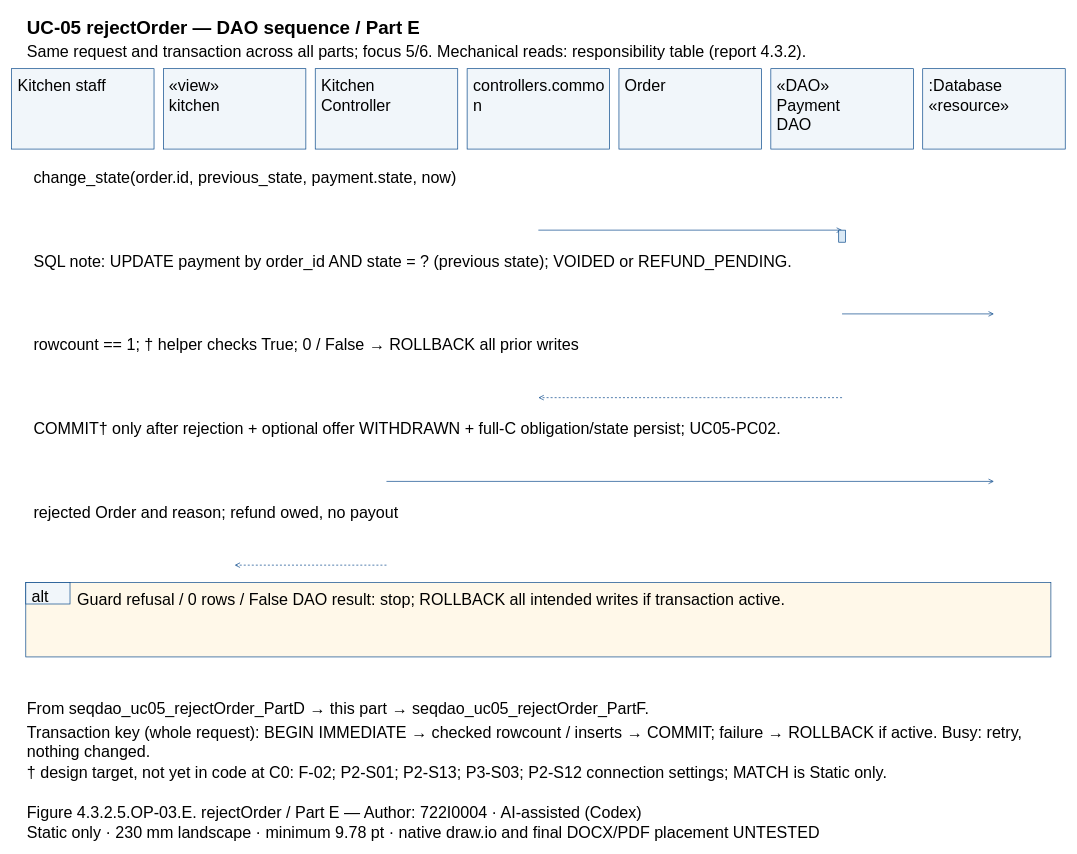
This is models/UC-05/seqdao_uc05_rejectOrder_PartE.drawio from Dat071104/SaigonBite, a draw.io file, before an edit. Source tidied: cells renumbered, new cells numbered last; positions are measured from the earlier drawing's top-left corner, leaving out a move shared by most shapes. Both pictures are drawn from the tidied source at 67%, with x=0, y=0 at pixel (11, 11).
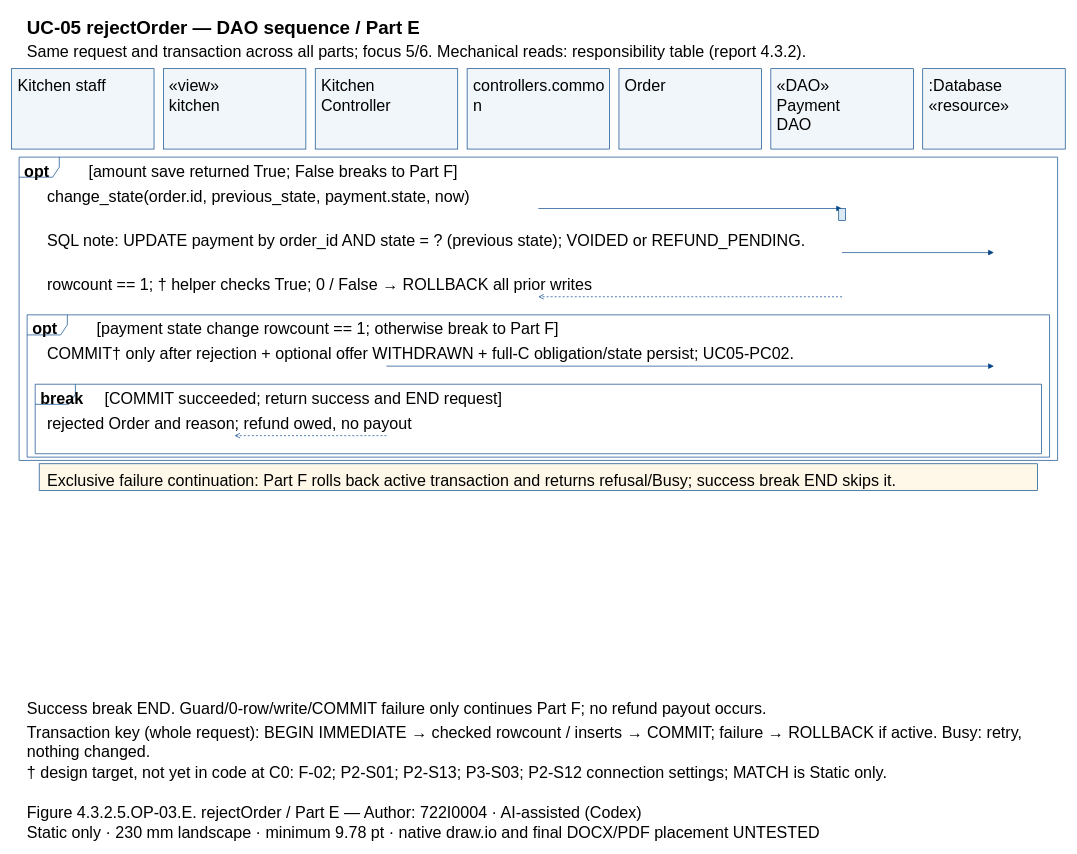
After the change.

The edit, as a diff of the source:
```diff
@@
+    <mxCell id="48" style="shape=umlFrame;fillColor=none;strokeColor=#004387;" parent="1" vertex="1">
+      <mxGeometry x="11" y="217" width="1550" height="452.7" as="geometry" />
+    </mxCell>
+    <mxCell id="49" style="shape=umlFrame;fillColor=none;strokeColor=#004387;" parent="1" vertex="1">
+      <mxGeometry x="23" y="452.4" width="1526" height="212.4" as="geometry" />
+    </mxCell>
+    <mxCell id="50" style="shape=umlFrame;fillColor=none;strokeColor=#004387;" parent="1" vertex="1">
+      <mxGeometry x="35" y="556" width="1502" height="103.7" as="geometry" />
+    </mxCell>
@@
-    <mxCell id="15" value="«DAO»&#10;Payment&#10;DAO" style="text;html=0;whiteSpace=wrap;align=left;verticalAlign=top;strokeColor=none;fillColor=none;fontFamily=Arial;fontSize=24;fontStyle=0;" parent="1" vertex="1">
-      <mxGeometry x="1140" y="90" width="198.7" height="83.5" as="geometry" />
-    </mxCell>
+    <mxCell id="18" value="«DAO»&#10;Payment&#10;DAO" style="text;html=0;whiteSpace=wrap;align=left;verticalAlign=top;strokeColor=none;fillColor=none;fontFamily=Arial;fontSize=24;fontStyle=0;" parent="1" vertex="1">
+      <mxGeometry x="1140" y="90" width="198.7" height="83.5" as="geometry" />
+    </mxCell>
@@
-    <mxCell id="18" value="change_state(order.id, previous_state, payment.state, now)" style="text;html=0;whiteSpace=wrap;align=left;verticalAlign=top;strokeColor=none;fillColor=none;fontFamily=Arial;fontSize=24;fontStyle=0;" parent="1" vertex="1">
-      <mxGeometry x="31" y="227" width="1510" height="27.8" as="geometry" />
-    </mxCell>
+    <mxCell id="51" value="opt" style="text;html=0;whiteSpace=wrap;align=left;verticalAlign=top;strokeColor=none;fillColor=none;fontFamily=Arial;fontSize=24;fontStyle=1;" parent="1" vertex="1">
+      <mxGeometry x="17" y="218" width="84" height="27.8" as="geometry" />
+    </mxCell>
+    <mxCell id="52" value="[amount save returned True; False breaks to Part F]" style="text;html=0;whiteSpace=wrap;align=left;verticalAlign=top;strokeColor=none;fillColor=none;fontFamily=Arial;fontSize=24;fontStyle=0;" parent="1" vertex="1">
+      <mxGeometry x="113" y="218" width="1438" height="27.8" as="geometry" />
+    </mxCell>
+    <mxCell id="53" value="opt" style="text;html=0;whiteSpace=wrap;align=left;verticalAlign=top;strokeColor=none;fillColor=none;fontFamily=Arial;fontSize=24;fontStyle=1;" parent="1" vertex="1">
+      <mxGeometry x="29" y="453.4" width="84" height="27.8" as="geometry" />
+    </mxCell>
+    <mxCell id="54" value="[payment state change rowcount == 1; otherwise break to Part F]" style="text;html=0;whiteSpace=wrap;align=left;verticalAlign=top;strokeColor=none;fillColor=none;fontFamily=Arial;fontSize=24;fontStyle=0;" parent="1" vertex="1">
+      <mxGeometry x="125" y="453.4" width="1414" height="27.8" as="geometry" />
+    </mxCell>
+    <mxCell id="55" value="break" style="text;html=0;whiteSpace=wrap;align=left;verticalAlign=top;strokeColor=none;fillColor=none;fontFamily=Arial;fontSize=24;fontStyle=1;" parent="1" vertex="1">
+      <mxGeometry x="41" y="557" width="84" height="27.8" as="geometry" />
+    </mxCell>
+    <mxCell id="56" value="[COMMIT succeeded; return success and END request]" style="text;html=0;whiteSpace=wrap;align=left;verticalAlign=top;strokeColor=none;fillColor=none;fontFamily=Arial;fontSize=24;fontStyle=0;" parent="1" vertex="1">
+      <mxGeometry x="137" y="557" width="1390" height="27.8" as="geometry" />
+    </mxCell>
+    <mxCell id="35" value="change_state(order.id, previous_state, payment.state, now)" style="text;html=0;whiteSpace=wrap;align=left;verticalAlign=top;strokeColor=none;fillColor=none;fontFamily=Arial;fontSize=24;fontStyle=0;" parent="1" vertex="1">
+      <mxGeometry x="51" y="254.8" width="1470" height="27.8" as="geometry" />
+    </mxCell>
     <mxCell id="19" style="opacity=0;" parent="1" vertex="1">
-      <mxGeometry x="786" y="326" as="geometry" />
+      <mxGeometry x="786" y="293.7" as="geometry" />
     </mxCell>
     <mxCell id="20" style="opacity=0;" parent="1" vertex="1">
-      <mxGeometry x="1239.3" y="326" as="geometry" />
+      <mxGeometry x="1239.3" y="293.7" as="geometry" />
     </mxCell>
-    <mxCell id="21" style="edgeStyle=none;endArrow=open;strokeColor=#004387;exitX=0.5;entryX=0.5;exitPerimeter=0;entryPerimeter=0;" parent="1" edge="1" source="19" target="20">
+    <mxCell id="21" style="edgeStyle=none;endArrow=block;endFill=1;strokeColor=#004387;exitX=0.5;entryX=0.5;exitPerimeter=0;entryPerimeter=0;" parent="1" edge="1" source="19" target="20">
       <mxGeometry relative="1" as="geometry" />
     </mxCell>
-    <mxCell id="22" style="fillColor=#DAE9F5;strokeColor=#004387;" parent="1" vertex="1">
-      <mxGeometry x="1234.3" y="326" width="10" height="18" as="geometry" />
-    </mxCell>
+    <mxCell id="39" style="fillColor=#DAE9F5;strokeColor=#004387;" parent="1" vertex="1">
+      <mxGeometry x="1234.3" y="293.7" width="10" height="18" as="geometry" />
+    </mxCell>
     <mxCell id="23" value="SQL note: UPDATE payment by order_id AND state = ? (previous state); VOIDED or REFUND_PENDING." style="text;html=0;whiteSpace=wrap;align=left;verticalAlign=top;strokeColor=none;fillColor=none;fontFamily=Arial;fontSize=24;fontStyle=0;" parent="1" vertex="1">
-      <mxGeometry x="31" y="352" width="1510" height="27.8" as="geometry" />
+      <mxGeometry x="51" y="320.7" width="1470" height="27.8" as="geometry" />
     </mxCell>
     <mxCell id="24" style="opacity=0;" parent="1" vertex="1">
-      <mxGeometry x="1239.3" y="451" as="geometry" />
+      <mxGeometry x="1239.3" y="359.5" as="geometry" />
     </mxCell>
     <mxCell id="25" style="opacity=0;" parent="1" vertex="1">
-      <mxGeometry x="1466" y="451" as="geometry" />
+      <mxGeometry x="1466" y="359.5" as="geometry" />
     </mxCell>
-    <mxCell id="26" style="edgeStyle=none;endArrow=open;strokeColor=#004387;exitX=0.5;entryX=0.5;exitPerimeter=0;entryPerimeter=0;" parent="1" edge="1" source="24" target="25">
+    <mxCell id="26" style="edgeStyle=none;endArrow=block;endFill=1;strokeColor=#004387;exitX=0.5;entryX=0.5;exitPerimeter=0;entryPerimeter=0;" parent="1" edge="1" source="24" target="25">
       <mxGeometry relative="1" as="geometry" />
     </mxCell>
-    <mxCell id="27" value="rowcount == 1; † helper checks True; 0 / False → ROLLBACK all prior writes" style="text;html=0;whiteSpace=wrap;align=left;verticalAlign=top;strokeColor=none;fillColor=none;fontFamily=Arial;fontSize=24;fontStyle=0;" parent="1" vertex="1">
-      <mxGeometry x="31" y="477" width="1510" height="27.8" as="geometry" />
-    </mxCell>
+    <mxCell id="42" value="rowcount == 1; † helper checks True; 0 / False → ROLLBACK all prior writes" style="text;html=0;whiteSpace=wrap;align=left;verticalAlign=top;strokeColor=none;fillColor=none;fontFamily=Arial;fontSize=24;fontStyle=0;" parent="1" vertex="1">
+      <mxGeometry x="51" y="386.5" width="1470" height="27.8" as="geometry" />
+    </mxCell>
     <mxCell id="28" style="opacity=0;" parent="1" vertex="1">
-      <mxGeometry x="1239.3" y="576" as="geometry" />
+      <mxGeometry x="1239.3" y="425.4" as="geometry" />
     </mxCell>
     <mxCell id="29" style="opacity=0;" parent="1" vertex="1">
-      <mxGeometry x="786" y="576" as="geometry" />
+      <mxGeometry x="786" y="425.4" as="geometry" />
     </mxCell>
-    <mxCell id="30" style="edgeStyle=none;endArrow=open;strokeColor=#004387;dashed=1;exitX=0.5;entryX=0.5;exitPerimeter=0;entryPerimeter=0;" parent="1" edge="1" source="28" target="29">
+    <mxCell id="30" style="edgeStyle=none;endArrow=open;endFill=0;strokeColor=#004387;dashed=1;exitX=0.5;entryX=0.5;exitPerimeter=0;entryPerimeter=0;" parent="1" edge="1" source="28" target="29">
       <mxGeometry relative="1" as="geometry" />
     </mxCell>
-    <mxCell id="31" value="COMMIT† only after rejection + optional offer WITHDRAWN + full-C obligation/state persist; UC05-PC02." style="text;html=0;whiteSpace=wrap;align=left;verticalAlign=top;strokeColor=none;fillColor=none;fontFamily=Arial;fontSize=24;fontStyle=0;" parent="1" vertex="1">
-      <mxGeometry x="31" y="602" width="1510" height="27.8" as="geometry" />
-    </mxCell>
+    <mxCell id="44" value="COMMIT† only after rejection + optional offer WITHDRAWN + full-C obligation/state persist; UC05-PC02." style="text;html=0;whiteSpace=wrap;align=left;verticalAlign=top;strokeColor=none;fillColor=none;fontFamily=Arial;fontSize=24;fontStyle=0;" parent="1" vertex="1">
+      <mxGeometry x="51" y="490.2" width="1470" height="27.8" as="geometry" />
+    </mxCell>
     <mxCell id="32" style="opacity=0;" parent="1" vertex="1">
-      <mxGeometry x="559.3" y="701" as="geometry" />
+      <mxGeometry x="559.3" y="529" as="geometry" />
     </mxCell>
     <mxCell id="33" style="opacity=0;" parent="1" vertex="1">
-      <mxGeometry x="1466" y="701" as="geometry" />
+      <mxGeometry x="1466" y="529" as="geometry" />
     </mxCell>
-    <mxCell id="34" style="edgeStyle=none;endArrow=open;strokeColor=#004387;exitX=0.5;entryX=0.5;exitPerimeter=0;entryPerimeter=0;" parent="1" edge="1" source="32" target="33">
+    <mxCell id="34" style="edgeStyle=none;endArrow=block;endFill=1;strokeColor=#004387;exitX=0.5;entryX=0.5;exitPerimeter=0;entryPerimeter=0;" parent="1" edge="1" source="32" target="33">
       <mxGeometry relative="1" as="geometry" />
     </mxCell>
-    <mxCell id="35" value="rejected Order and reason; refund owed, no payout" style="text;html=0;whiteSpace=wrap;align=left;verticalAlign=top;strokeColor=none;fillColor=none;fontFamily=Arial;fontSize=24;fontStyle=0;" parent="1" vertex="1">
-      <mxGeometry x="31" y="727" width="1510" height="27.8" as="geometry" />
-    </mxCell>
+    <mxCell id="46" value="rejected Order and reason; refund owed, no payout" style="text;html=0;whiteSpace=wrap;align=left;verticalAlign=top;strokeColor=none;fillColor=none;fontFamily=Arial;fontSize=24;fontStyle=0;" parent="1" vertex="1">
+      <mxGeometry x="51" y="593.9" width="1470" height="27.8" as="geometry" />
+    </mxCell>
     <mxCell id="36" style="opacity=0;" parent="1" vertex="1">
-      <mxGeometry x="559.3" y="826" as="geometry" />
+      <mxGeometry x="559.3" y="632.7" as="geometry" />
     </mxCell>
     <mxCell id="37" style="opacity=0;" parent="1" vertex="1">
-      <mxGeometry x="332.7" y="826" as="geometry" />
+      <mxGeometry x="332.7" y="632.7" as="geometry" />
     </mxCell>
-    <mxCell id="38" style="edgeStyle=none;endArrow=open;strokeColor=#004387;dashed=1;exitX=0.5;entryX=0.5;exitPerimeter=0;entryPerimeter=0;" parent="1" edge="1" source="36" target="37">
+    <mxCell id="38" style="edgeStyle=none;endArrow=open;endFill=0;strokeColor=#004387;dashed=1;exitX=0.5;entryX=0.5;exitPerimeter=0;entryPerimeter=0;" parent="1" edge="1" source="36" target="37">
       <mxGeometry relative="1" as="geometry" />
     </mxCell>
-    <mxCell id="39" style="fillColor=#FFF8E9;strokeColor=#004387;" parent="1" vertex="1">
-      <mxGeometry x="21" y="852" width="1530" height="111" as="geometry" />
-    </mxCell>
-    <mxCell id="40" style="fillColor=#F1F6FA;strokeColor=#004387;" parent="1" vertex="1">
-      <mxGeometry x="21" y="852" width="66" height="32" as="geometry" />
-    </mxCell>
-    <mxCell id="41" value="alt" style="text;html=0;whiteSpace=wrap;align=left;verticalAlign=top;strokeColor=none;fillColor=none;fontFamily=Arial;fontSize=24;fontStyle=0;" parent="1" vertex="1">
-      <mxGeometry x="28" y="852" width="56" height="27.8" as="geometry" />
-    </mxCell>
-    <mxCell id="42" value="Guard refusal / 0 rows / False DAO result: stop; ROLLBACK all intended writes if transaction active." style="text;html=0;whiteSpace=wrap;align=left;verticalAlign=top;strokeColor=none;fillColor=none;fontFamily=Arial;fontSize=24;fontStyle=0;" parent="1" vertex="1">
-      <mxGeometry x="96" y="857" width="1440" height="27.8" as="geometry" />
-    </mxCell>
-    <mxCell id="43" value="From seqdao_uc05_rejectOrder_PartD → this part → seqdao_uc05_rejectOrder_PartF." style="text;html=0;whiteSpace=wrap;align=left;verticalAlign=top;strokeColor=none;fillColor=none;fontFamily=Arial;fontSize=24;fontStyle=0;" parent="1" vertex="1">
-      <mxGeometry x="21" y="1020" width="1530" height="27.8" as="geometry" />
-    </mxCell>
-    <mxCell id="44" value="Transaction key (whole request): BEGIN IMMEDIATE → checked rowcount / inserts → COMMIT; failure → ROLLBACK if active. Busy: retry,&#10;nothing changed." style="text;html=0;whiteSpace=wrap;align=left;verticalAlign=top;strokeColor=none;fillColor=none;fontFamily=Arial;fontSize=24;fontStyle=0;" parent="1" vertex="1">
-      <mxGeometry x="21" y="1055" width="1530" height="55.7" as="geometry" />
-    </mxCell>
+    <mxCell id="57" style="fillColor=#FFF8E9;strokeColor=#004387;" parent="1" vertex="1">
+      <mxGeometry x="41" y="674.7" width="1490" height="39.8" as="geometry" />
+    </mxCell>
+    <mxCell id="58" value="Exclusive failure continuation: Part F rolls back active transaction and returns refusal/Busy; success break END skips it." style="text;html=0;whiteSpace=wrap;align=left;verticalAlign=top;strokeColor=none;fillColor=none;fontFamily=Arial;fontSize=24;fontStyle=0;" parent="1" vertex="1">
+      <mxGeometry x="51" y="678.7" width="1470" height="27.8" as="geometry" />
+    </mxCell>
+    <mxCell id="59" value="Success break END. Guard/0-row/write/COMMIT failure only continues Part F; no refund payout occurs." style="text;html=0;whiteSpace=wrap;align=left;verticalAlign=top;strokeColor=none;fillColor=none;fontFamily=Arial;fontSize=24;fontStyle=0;" parent="1" vertex="1">
+      <mxGeometry x="21" y="1020" width="1530" height="27.8" as="geometry" />
+    </mxCell>
+    <mxCell id="60" value="Transaction key (whole request): BEGIN IMMEDIATE → checked rowcount / inserts → COMMIT; failure → ROLLBACK if active. Busy: retry,&#10;nothing changed." style="text;html=0;whiteSpace=wrap;align=left;verticalAlign=top;strokeColor=none;fillColor=none;fontFamily=Arial;fontSize=24;fontStyle=0;" parent="1" vertex="1">
+      <mxGeometry x="21" y="1055" width="1530" height="55.7" as="geometry" />
+    </mxCell>
@@
-    <mxCell id="46" value="Figure 4.3.2.5.OP-03.E. rejectOrder / Part E — Author: 722I0004 · AI-assisted (Codex)" style="text;html=0;whiteSpace=wrap;align=left;verticalAlign=top;strokeColor=none;fillColor=none;fontFamily=Arial;fontSize=24;fontStyle=0;" parent="1" vertex="1">
-      <mxGeometry x="21" y="1175" width="1530" height="27.8" as="geometry" />
-    </mxCell>
+    <mxCell id="61" value="Figure 4.3.2.5.OP-03.E. rejectOrder / Part E — Author: 722I0004 · AI-assisted (Codex)" style="text;html=0;whiteSpace=wrap;align=left;verticalAlign=top;strokeColor=none;fillColor=none;fontFamily=Arial;fontSize=24;fontStyle=0;" parent="1" vertex="1">
+      <mxGeometry x="21" y="1175" width="1530" height="27.8" as="geometry" />
+    </mxCell>
```
